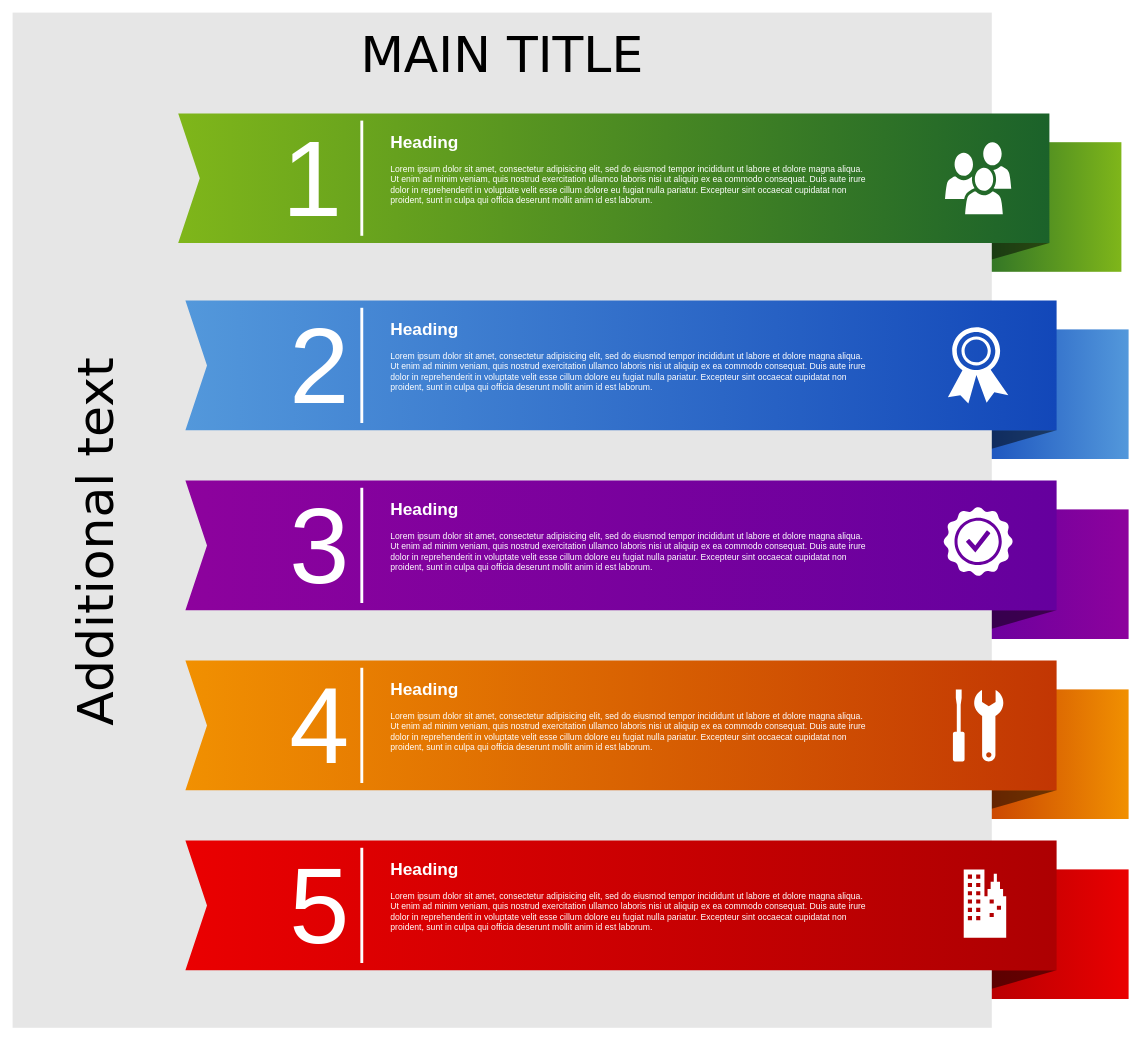
Above: Untitled Diagram.drawio in Arthurcsh/Draw.io (draw.io), before the change. Source tidied: cells renumbered, new cells numbered last; positions are measured from the earlier drawing's top-left corner, leaving out a move shared by most shapes. Both pictures are drawn from the tidied source at 72%, with x=0, y=0 at pixel (12, 12).
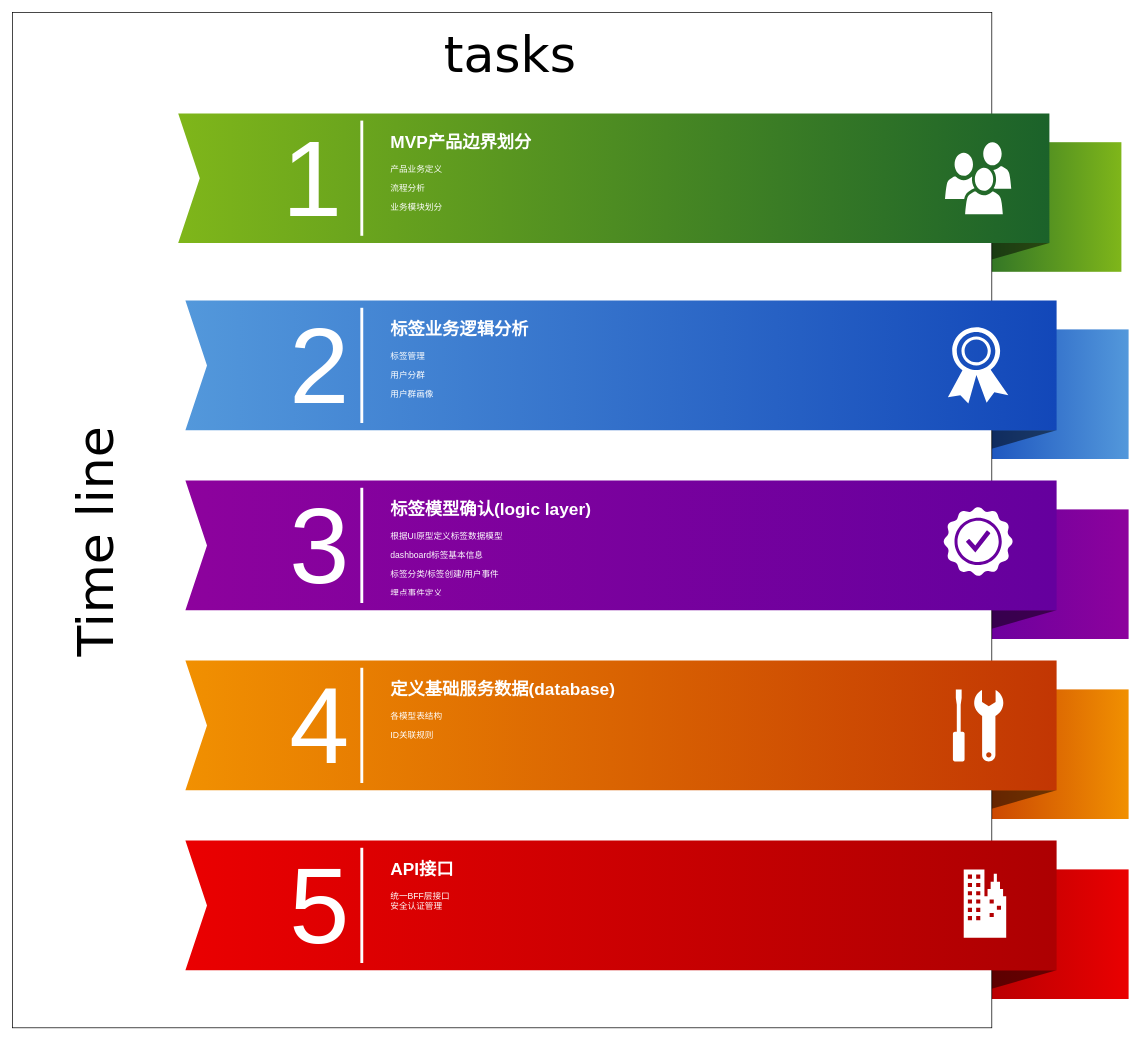
The same page after the edit.

What changed in the source:
```diff
@@
-    <mxCell id="12" value="MAIN TITLE" style="whiteSpace=wrap;html=1;rounded=0;shadow=0;dashed=0;strokeWidth=1;fillColor=#E6E6E6;fontFamily=Verdana;fontSize=70;strokeColor=none;verticalAlign=top;spacingTop=10;" parent="1" vertex="1">
+    <mxCell id="12" value="&amp;nbsp;tasks" style="whiteSpace=wrap;html=1;rounded=0;shadow=0;dashed=0;strokeWidth=1;fontFamily=Verdana;fontSize=70;verticalAlign=top;spacingTop=10;" parent="1" vertex="1">
       <mxGeometry width="1360" height="1410" as="geometry" />
     </mxCell>
@@
-    <mxCell id="18" value="Additional text" style="text;html=1;strokeColor=none;fillColor=none;align=center;verticalAlign=middle;whiteSpace=wrap;rounded=0;shadow=0;dashed=0;fontFamily=Verdana;fontSize=70;horizontal=0;" parent="1" vertex="1">
+    <mxCell id="18" value="Time line" style="text;html=1;strokeColor=none;fillColor=none;align=center;verticalAlign=middle;whiteSpace=wrap;rounded=0;shadow=0;dashed=0;fontFamily=Verdana;fontSize=70;horizontal=0;" parent="1" vertex="1">
       <mxGeometry x="50" y="140" width="130" height="1190" as="geometry" />
     </mxCell>
@@
-    <mxCell id="29" value="&lt;h1&gt;Heading&lt;/h1&gt;&lt;p&gt;L&lt;span&gt;orem ipsum dolor sit amet, consectetur adipisicing elit, sed do eiusmod tempor incididunt ut labore et dolore magna aliqua. Ut enim ad minim veniam, quis nostrud exercitation ullamco laboris nisi ut aliquip ex ea commodo consequat. Duis aute irure dolor in reprehenderit in voluptate velit esse cillum dolore eu fugiat nulla pariatur. Excepteur sint occaecat cupidatat non proident, sunt in culpa qui officia deserunt mollit anim id est laborum.&lt;/span&gt;&lt;/p&gt;" style="text;html=1;strokeColor=none;fillColor=none;spacing=5;spacingTop=-20;whiteSpace=wrap;overflow=hidden;rounded=0;shadow=0;dashed=0;fontFamily=Helvetica;fontSize=12;fontColor=#FFFFFF;align=left;" parent="1" vertex="1">
+    <mxCell id="29" value="&lt;h1&gt;MVP产品边界划分&lt;/h1&gt;&lt;p&gt;产品业务定义&lt;/p&gt;&lt;p&gt;流程分析&lt;/p&gt;&lt;p&gt;业务模块划分&lt;/p&gt;&lt;p&gt;&lt;br&gt;&lt;/p&gt;" style="text;html=1;strokeColor=none;fillColor=none;spacing=5;spacingTop=-20;whiteSpace=wrap;overflow=hidden;rounded=0;shadow=0;dashed=0;fontFamily=Helvetica;fontSize=12;fontColor=#FFFFFF;align=left;" parent="1" vertex="1">
       <mxGeometry x="520" y="160" width="670" height="140" as="geometry" />
     </mxCell>
-    <mxCell id="30" value="&lt;h1&gt;Heading&lt;/h1&gt;&lt;p&gt;L&lt;span&gt;orem ipsum dolor sit amet, consectetur adipisicing elit, sed do eiusmod tempor incididunt ut labore et dolore magna aliqua. Ut enim ad minim veniam, quis nostrud exercitation ullamco laboris nisi ut aliquip ex ea commodo consequat. Duis aute irure dolor in reprehenderit in voluptate velit esse cillum dolore eu fugiat nulla pariatur. Excepteur sint occaecat cupidatat non proident, sunt in culpa qui officia deserunt mollit anim id est laborum.&lt;/span&gt;&lt;/p&gt;" style="text;html=1;strokeColor=none;fillColor=none;spacing=5;spacingTop=-20;whiteSpace=wrap;overflow=hidden;rounded=0;shadow=0;dashed=0;fontFamily=Helvetica;fontSize=12;fontColor=#FFFFFF;align=left;" parent="1" vertex="1">
+    <mxCell id="30" value="&lt;h1&gt;标签业务逻辑分析&lt;/h1&gt;&lt;p&gt;标签管理&lt;/p&gt;&lt;p&gt;用户分群&lt;/p&gt;&lt;p&gt;用户群画像&lt;/p&gt;&lt;p&gt;&lt;br&gt;&lt;/p&gt;" style="text;html=1;strokeColor=none;fillColor=none;spacing=5;spacingTop=-20;whiteSpace=wrap;overflow=hidden;rounded=0;shadow=0;dashed=0;fontFamily=Helvetica;fontSize=12;fontColor=#FFFFFF;align=left;" parent="1" vertex="1">
       <mxGeometry x="520" y="420" width="670" height="140" as="geometry" />
     </mxCell>
-    <mxCell id="31" value="&lt;h1&gt;Heading&lt;/h1&gt;&lt;p&gt;L&lt;span&gt;orem ipsum dolor sit amet, consectetur adipisicing elit, sed do eiusmod tempor incididunt ut labore et dolore magna aliqua. Ut enim ad minim veniam, quis nostrud exercitation ullamco laboris nisi ut aliquip ex ea commodo consequat. Duis aute irure dolor in reprehenderit in voluptate velit esse cillum dolore eu fugiat nulla pariatur. Excepteur sint occaecat cupidatat non proident, sunt in culpa qui officia deserunt mollit anim id est laborum.&lt;/span&gt;&lt;/p&gt;" style="text;html=1;strokeColor=none;fillColor=none;spacing=5;spacingTop=-20;whiteSpace=wrap;overflow=hidden;rounded=0;shadow=0;dashed=0;fontFamily=Helvetica;fontSize=12;fontColor=#FFFFFF;align=left;" parent="1" vertex="1">
+    <mxCell id="31" value="&lt;h1&gt;标签模型确认(logic layer)&lt;/h1&gt;&lt;h1&gt;&lt;p style=&quot;font-size: 12px ; font-weight: normal&quot;&gt;根据UI原型定义标签数据模型&lt;/p&gt;&lt;p style=&quot;font-size: 12px ; font-weight: normal&quot;&gt;dashboard标签基本信息&lt;/p&gt;&lt;p style=&quot;font-size: 12px ; font-weight: normal&quot;&gt;标签分类/标签创建/用户事件&lt;/p&gt;&lt;p style=&quot;font-size: 12px ; font-weight: normal&quot;&gt;埋点事件定义&lt;br&gt;&lt;/p&gt;&lt;/h1&gt;" style="text;html=1;strokeColor=none;fillColor=none;spacing=5;spacingTop=-20;whiteSpace=wrap;overflow=hidden;rounded=0;shadow=0;dashed=0;fontFamily=Helvetica;fontSize=12;fontColor=#FFFFFF;align=left;" parent="1" vertex="1">
       <mxGeometry x="520" y="670" width="670" height="140" as="geometry" />
     </mxCell>
-    <mxCell id="32" value="&lt;h1&gt;Heading&lt;/h1&gt;&lt;p&gt;L&lt;span&gt;orem ipsum dolor sit amet, consectetur adipisicing elit, sed do eiusmod tempor incididunt ut labore et dolore magna aliqua. Ut enim ad minim veniam, quis nostrud exercitation ullamco laboris nisi ut aliquip ex ea commodo consequat. Duis aute irure dolor in reprehenderit in voluptate velit esse cillum dolore eu fugiat nulla pariatur. Excepteur sint occaecat cupidatat non proident, sunt in culpa qui officia deserunt mollit anim id est laborum.&lt;/span&gt;&lt;/p&gt;" style="text;html=1;strokeColor=none;fillColor=none;spacing=5;spacingTop=-20;whiteSpace=wrap;overflow=hidden;rounded=0;shadow=0;dashed=0;fontFamily=Helvetica;fontSize=12;fontColor=#FFFFFF;align=left;" parent="1" vertex="1">
+    <mxCell id="32" value="&lt;h1&gt;定义基础服务数据(database)&lt;/h1&gt;&lt;p&gt;各模型表结构&lt;/p&gt;&lt;p&gt;ID关联规则&lt;/p&gt;&lt;p&gt;&lt;br&gt;&lt;/p&gt;" style="text;html=1;strokeColor=none;fillColor=none;spacing=5;spacingTop=-20;whiteSpace=wrap;overflow=hidden;rounded=0;shadow=0;dashed=0;fontFamily=Helvetica;fontSize=12;fontColor=#FFFFFF;align=left;" parent="1" vertex="1">
       <mxGeometry x="520" y="920" width="670" height="140" as="geometry" />
     </mxCell>
-    <mxCell id="33" value="&lt;h1&gt;Heading&lt;/h1&gt;&lt;p&gt;L&lt;span&gt;orem ipsum dolor sit amet, consectetur adipisicing elit, sed do eiusmod tempor incididunt ut labore et dolore magna aliqua. Ut enim ad minim veniam, quis nostrud exercitation ullamco laboris nisi ut aliquip ex ea commodo consequat. Duis aute irure dolor in reprehenderit in voluptate velit esse cillum dolore eu fugiat nulla pariatur. Excepteur sint occaecat cupidatat non proident, sunt in culpa qui officia deserunt mollit anim id est laborum.&lt;/span&gt;&lt;/p&gt;" style="text;html=1;strokeColor=none;fillColor=none;spacing=5;spacingTop=-20;whiteSpace=wrap;overflow=hidden;rounded=0;shadow=0;dashed=0;fontFamily=Helvetica;fontSize=12;fontColor=#FFFFFF;align=left;" parent="1" vertex="1">
+    <mxCell id="33" value="&lt;h1&gt;API接口&lt;/h1&gt;&lt;div&gt;统一BFF层接口&lt;/div&gt;&lt;div&gt;安全认证管理&lt;/div&gt;" style="text;html=1;strokeColor=none;fillColor=none;spacing=5;spacingTop=-20;whiteSpace=wrap;overflow=hidden;rounded=0;shadow=0;dashed=0;fontFamily=Helvetica;fontSize=12;fontColor=#FFFFFF;align=left;" parent="1" vertex="1">
       <mxGeometry x="520" y="1170" width="670" height="140" as="geometry" />
     </mxCell>
```
